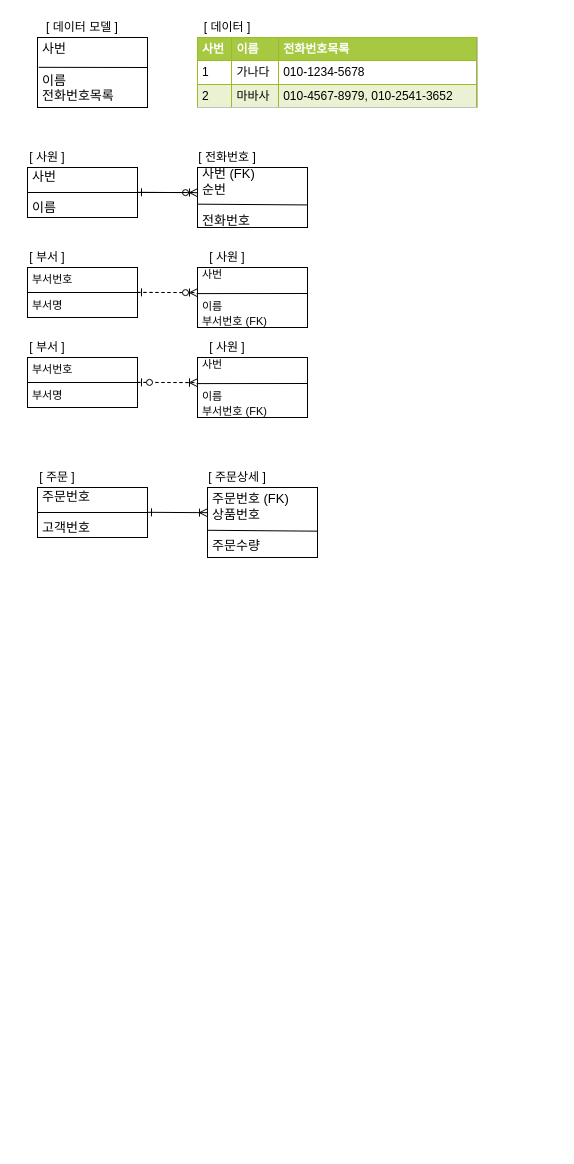
The draw.io diagram Database/SQLD/Normalization.drawio in Deanioche/TIL, before the edit. Source tidied: cells renumbered, new cells numbered last; positions are measured from the earlier drawing's top-left corner, leaving out a move shared by most shapes. Both pictures are drawn from the tidied source at 100%, with x=0, y=0 at pixel (17, 17).
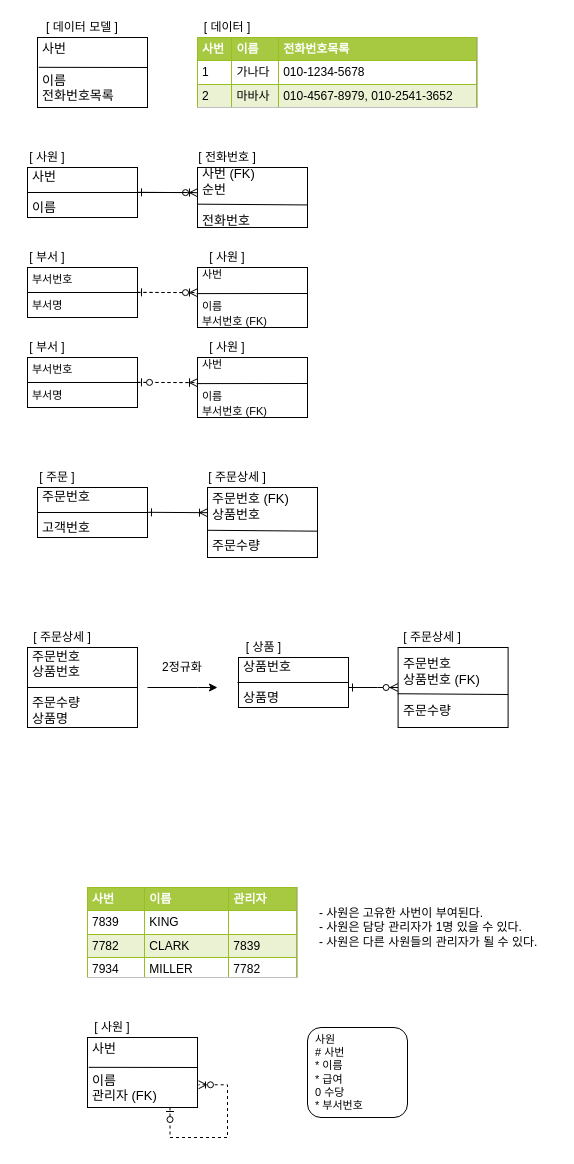
Above is the later version.

The edit, as a diff of the source:
```diff
@@
+    <mxCell id="38" style="edgeStyle=orthogonalEdgeStyle;rounded=0;orthogonalLoop=1;jettySize=auto;html=1;endArrow=classic;endFill=1;" parent="1" edge="1">
+      <mxGeometry relative="1" as="geometry">
+        <mxPoint x="130" y="670" as="sourcePoint" />
+        <mxPoint x="200" y="670" as="targetPoint" />
+        <Array as="points">
+          <mxPoint x="180" y="670" />
+          <mxPoint x="180" y="670" />
+        </Array>
+      </mxGeometry>
+    </mxCell>
+    <mxCell id="39" value="주문번호&lt;br&gt;상품번호&amp;nbsp;&lt;br&gt;&lt;br&gt;주문수량&lt;br&gt;상품명" style="rounded=0;whiteSpace=wrap;html=1;align=left;spacingLeft=0;spacing=5;fontSize=13;horizontal=1;" parent="1" vertex="1">
+      <mxGeometry x="10" y="630" width="110" height="80" as="geometry" />
+    </mxCell>
+    <mxCell id="40" style="endArrow=none;html=1;fontSize=13;exitX=0;exitY=0.5;exitDx=0;exitDy=0;" parent="1" edge="1" source="39">
+      <mxGeometry relative="1" as="geometry">
+        <mxPoint x="120" y="670" as="targetPoint" />
+      </mxGeometry>
+    </mxCell>
+    <mxCell id="41" value="[ 주문상세 ]" style="text;html=1;strokeColor=none;fillColor=none;align=center;verticalAlign=middle;whiteSpace=wrap;rounded=0;" parent="1" vertex="1">
+      <mxGeometry x="10" y="610" width="70" height="20" as="geometry" />
+    </mxCell>
+    <mxCell id="42" value="2정규화" style="text;html=1;strokeColor=none;fillColor=none;align=center;verticalAlign=middle;whiteSpace=wrap;rounded=0;" parent="1" vertex="1">
+      <mxGeometry x="130" y="640" width="70" height="20" as="geometry" />
+    </mxCell>
+    <mxCell id="43" style="edgeStyle=orthogonalEdgeStyle;rounded=0;jettySize=auto;html=1;endArrow=ERone;endFill=0;startArrow=ERzeroToMany;startFill=1;" parent="1" edge="1" source="44" target="47">
+      <mxGeometry relative="1" as="geometry">
+        <Array as="points">
+          <mxPoint x="360" y="670" />
+          <mxPoint x="360" y="670" />
+        </Array>
+      </mxGeometry>
+    </mxCell>
+    <mxCell id="44" value="주문번호&lt;br&gt;상품번호 (FK)&lt;br&gt;&lt;br&gt;주문수량" style="rounded=0;whiteSpace=wrap;html=1;align=left;spacingLeft=0;spacing=5;fontSize=13;horizontal=1;" parent="1" vertex="1">
+      <mxGeometry x="380.6" y="630" width="110" height="80" as="geometry" />
+    </mxCell>
+    <mxCell id="45" style="endArrow=none;html=1;fontSize=13;exitX=-0.005;exitY=0.578;exitDx=0;exitDy=0;exitPerimeter=0;" parent="1" edge="1" source="44">
+      <mxGeometry relative="1" as="geometry">
+        <mxPoint x="490.5" y="677" as="targetPoint" />
+      </mxGeometry>
+    </mxCell>
+    <mxCell id="46" value="[ 주문상세 ]" style="text;html=1;strokeColor=none;fillColor=none;align=center;verticalAlign=middle;whiteSpace=wrap;rounded=0;" parent="1" vertex="1">
+      <mxGeometry x="380" y="610" width="70" height="20" as="geometry" />
+    </mxCell>
+    <mxCell id="47" value="상품번호&lt;br&gt;&lt;br&gt;상품명" style="rounded=0;whiteSpace=wrap;html=1;align=left;spacingLeft=0;spacing=5;fontSize=13;horizontal=1;" parent="1" vertex="1">
+      <mxGeometry x="221" y="640" width="110" height="50" as="geometry" />
+    </mxCell>
+    <mxCell id="48" style="endArrow=none;html=1;fontSize=13;entryX=1;entryY=0.5;entryDx=0;entryDy=0;" parent="1" edge="1" target="47">
+      <mxGeometry relative="1" as="geometry">
+        <mxPoint x="220" y="665" as="sourcePoint" />
+      </mxGeometry>
+    </mxCell>
+    <mxCell id="49" value="[ 상품 ]" style="text;html=1;strokeColor=none;fillColor=none;align=center;verticalAlign=middle;whiteSpace=wrap;rounded=0;" parent="1" vertex="1">
+      <mxGeometry x="221" y="620" width="51" height="20" as="geometry" />
+    </mxCell>
+    <mxCell id="50" value="&lt;table border=&quot;1&quot; width=&quot;100%&quot; cellpadding=&quot;4&quot; style=&quot;width: 100% ; height: 100% ; border-collapse: collapse&quot;&gt;&lt;tbody&gt;&lt;tr style=&quot;background-color: #a7c942 ; color: #ffffff ; border: 1px solid #98bf21&quot;&gt;&lt;th align=&quot;left&quot;&gt;사번&lt;/th&gt;&lt;th align=&quot;left&quot;&gt;이름&lt;/th&gt;&lt;th align=&quot;left&quot;&gt;관리자&lt;/th&gt;&lt;/tr&gt;&lt;tr style=&quot;border: 1px solid #98bf21&quot;&gt;&lt;td&gt;7839&lt;/td&gt;&lt;td&gt;KING&lt;/td&gt;&lt;td&gt;&lt;br&gt;&lt;/td&gt;&lt;/tr&gt;&lt;tr style=&quot;background-color: #eaf2d3 ; border: 1px solid #98bf21&quot;&gt;&lt;td&gt;7782&lt;/td&gt;&lt;td&gt;CLARK&lt;/td&gt;&lt;td&gt;7839&lt;/td&gt;&lt;/tr&gt;&lt;tr style=&quot;border: 1px solid #98bf21&quot;&gt;&lt;td&gt;7934&lt;/td&gt;&lt;td&gt;MILLER&lt;/td&gt;&lt;td&gt;7782&lt;/td&gt;&lt;/tr&gt;&lt;/tbody&gt;&lt;/table&gt;" style="text;html=1;strokeColor=#c0c0c0;fillColor=#ffffff;overflow=fill;rounded=0;" parent="1" vertex="1">
+      <mxGeometry x="70" y="870" width="210" height="90" as="geometry" />
+    </mxCell>
+    <mxCell id="51" value="- 사원은 고유한 사번이 부여된다.&lt;br&gt;- 사원은 담당 관리자가 1명 있을 수 있다.&lt;br&gt;&lt;div style=&quot;&quot;&gt;&lt;span&gt;- 사원은 다른 사원들의 관리자가 될 수 있다.&lt;/span&gt;&lt;/div&gt;" style="text;html=1;strokeColor=none;fillColor=none;align=left;verticalAlign=middle;whiteSpace=wrap;rounded=0;" parent="1" vertex="1">
+      <mxGeometry x="300" y="870" width="240" height="80" as="geometry" />
+    </mxCell>
+    <mxCell id="52" style="edgeStyle=orthogonalEdgeStyle;rounded=0;orthogonalLoop=1;jettySize=auto;html=1;exitX=0.75;exitY=1;exitDx=0;exitDy=0;startArrow=ERzeroToOne;startFill=1;endArrow=ERzeroToMany;endFill=1;entryX=1.009;entryY=0.675;entryDx=0;entryDy=0;entryPerimeter=0;dashed=1;" parent="1" edge="1" source="53" target="53">
+      <mxGeometry relative="1" as="geometry">
+        <Array as="points">
+          <mxPoint x="153" y="1120" />
+          <mxPoint x="210" y="1120" />
+          <mxPoint x="210" y="1067" />
+        </Array>
+      </mxGeometry>
+    </mxCell>
+    <mxCell id="53" value="사번&lt;br&gt;&lt;br&gt;이름&lt;br&gt;관리자 (FK)" style="rounded=0;whiteSpace=wrap;html=1;align=left;spacingLeft=0;spacing=5;fontSize=13;horizontal=1;" parent="1" vertex="1">
+      <mxGeometry x="70" y="1020" width="110" height="70" as="geometry" />
+    </mxCell>
+    <mxCell id="54" style="endArrow=none;html=1;fontSize=13;exitX=0.011;exitY=0.426;exitDx=0;exitDy=0;exitPerimeter=0;" parent="1" edge="1" source="53">
+      <mxGeometry relative="1" as="geometry">
+        <mxPoint x="180" y="1050" as="targetPoint" />
+      </mxGeometry>
+    </mxCell>
+    <mxCell id="55" value="[ 사원 ]" style="text;html=1;strokeColor=none;fillColor=none;align=center;verticalAlign=middle;whiteSpace=wrap;rounded=0;" parent="1" vertex="1">
+      <mxGeometry x="70" y="1000" width="50" height="20" as="geometry" />
+    </mxCell>
+    <mxCell id="56" style="endArrow=none;html=1;endSize=1;jumpSize=3;fontSize=11;spacingTop=0;strokeWidth=1;sourcePerimeterSpacing=0;targetPerimeterSpacing=0;startSize=2;jumpStyle=none;rounded=1;" parent="1" edge="1">
+      <mxGeometry relative="1" as="geometry">
+        <mxPoint x="188" y="1071" as="sourcePoint" />
+        <mxPoint x="188" y="1064" as="targetPoint" />
+      </mxGeometry>
+    </mxCell>
+    <mxCell id="57" value="사원&lt;br&gt;# 사번&lt;br&gt;* 이름&lt;br&gt;* 급여&lt;br&gt;0 수당&lt;br&gt;* 부서번호" style="rounded=1;whiteSpace=wrap;html=1;fontSize=11;align=left;spacingLeft=6;" parent="1" vertex="1">
+      <mxGeometry x="290" y="1010" width="100" height="90" as="geometry" />
+    </mxCell>
```
